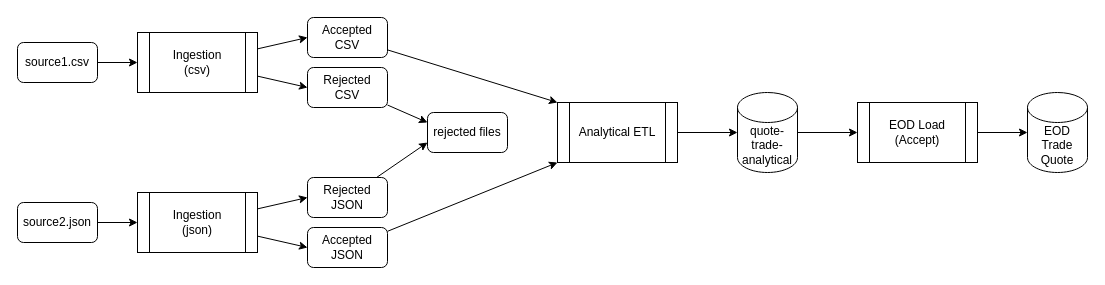
Above: diagrams/diagram.drawio in bfmcneill/equity-market-data-analysis (draw.io), before the change. Source tidied: cells renumbered, new cells numbered last; positions are measured from the earlier drawing's top-left corner, leaving out a move shared by most shapes. Both pictures are drawn from the tidied source at 100%, with x=0, y=0 at pixel (17, 17).
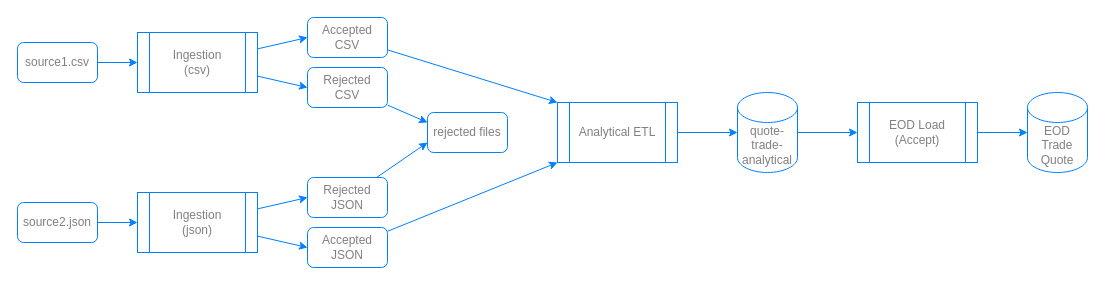
After the change.

Commit message:
change diagram to work with dark / light mode

Diff of the diagram source:
```diff
@@
-    <mxCell id="2" style="edgeStyle=none;html=1;entryX=0;entryY=0.5;entryDx=0;entryDy=0;entryPerimeter=0;" parent="1" edge="1" source="3" target="27">
+    <mxCell id="2" style="edgeStyle=none;html=1;entryX=0;entryY=0.5;entryDx=0;entryDy=0;entryPerimeter=0;strokeColor=#007FFF;fontColor=#808080;" parent="1" edge="1" source="3" target="27">
       <mxGeometry relative="1" as="geometry" />
     </mxCell>
-    <mxCell id="3" value="Analytical ETL" style="shape=process;whiteSpace=wrap;html=1;backgroundOutline=1;" parent="1" vertex="1">
+    <mxCell id="3" value="Analytical ETL" style="shape=process;whiteSpace=wrap;html=1;backgroundOutline=1;strokeColor=#007FFF;fontColor=#808080;" parent="1" vertex="1">
       <mxGeometry x="540" y="85" width="120" height="60" as="geometry" />
     </mxCell>
-    <mxCell id="4" style="edgeStyle=none;html=1;entryX=0;entryY=0.5;entryDx=0;entryDy=0;entryPerimeter=0;" parent="1" edge="1" source="5" target="25">
+    <mxCell id="4" style="edgeStyle=none;html=1;entryX=0;entryY=0.5;entryDx=0;entryDy=0;entryPerimeter=0;strokeColor=#007FFF;fontColor=#808080;" parent="1" edge="1" source="5" target="25">
       <mxGeometry relative="1" as="geometry" />
     </mxCell>
-    <mxCell id="5" value="EOD Load &lt;br&gt;(Accept)" style="shape=process;whiteSpace=wrap;html=1;backgroundOutline=1;" parent="1" vertex="1">
+    <mxCell id="5" value="EOD Load &lt;br&gt;(Accept)" style="shape=process;whiteSpace=wrap;html=1;backgroundOutline=1;strokeColor=#007FFF;fontColor=#808080;" parent="1" vertex="1">
       <mxGeometry x="840" y="85" width="120" height="60" as="geometry" />
     </mxCell>
-    <mxCell id="6" style="edgeStyle=none;html=1;entryX=0;entryY=0.5;entryDx=0;entryDy=0;" parent="1" edge="1" source="8" target="18">
+    <mxCell id="6" style="edgeStyle=none;html=1;entryX=0;entryY=0.5;entryDx=0;entryDy=0;strokeColor=#007FFF;fontColor=#808080;" parent="1" edge="1" source="8" target="18">
       <mxGeometry relative="1" as="geometry" />
     </mxCell>
-    <mxCell id="7" style="edgeStyle=none;html=1;entryX=0;entryY=0.5;entryDx=0;entryDy=0;" parent="1" edge="1" source="8" target="20">
+    <mxCell id="7" style="edgeStyle=none;html=1;entryX=0;entryY=0.5;entryDx=0;entryDy=0;strokeColor=#007FFF;fontColor=#808080;" parent="1" edge="1" source="8" target="20">
       <mxGeometry relative="1" as="geometry" />
     </mxCell>
-    <mxCell id="8" value="Ingestion &lt;br&gt;(csv)" style="shape=process;whiteSpace=wrap;html=1;backgroundOutline=1;" parent="1" vertex="1">
+    <mxCell id="8" value="Ingestion &lt;br&gt;(csv)" style="shape=process;whiteSpace=wrap;html=1;backgroundOutline=1;strokeColor=#007FFF;fontColor=#808080;" parent="1" vertex="1">
       <mxGeometry x="120" y="15" width="120" height="60" as="geometry" />
     </mxCell>
-    <mxCell id="9" style="edgeStyle=none;html=1;entryX=0;entryY=0.5;entryDx=0;entryDy=0;" parent="1" edge="1" source="11" target="24">
+    <mxCell id="9" style="edgeStyle=none;html=1;entryX=0;entryY=0.5;entryDx=0;entryDy=0;strokeColor=#007FFF;fontColor=#808080;" parent="1" edge="1" source="11" target="24">
       <mxGeometry relative="1" as="geometry" />
     </mxCell>
-    <mxCell id="10" style="edgeStyle=none;html=1;entryX=0;entryY=0.5;entryDx=0;entryDy=0;" parent="1" edge="1" source="11" target="22">
+    <mxCell id="10" style="edgeStyle=none;html=1;entryX=0;entryY=0.5;entryDx=0;entryDy=0;strokeColor=#007FFF;fontColor=#808080;" parent="1" edge="1" source="11" target="22">
       <mxGeometry relative="1" as="geometry" />
     </mxCell>
-    <mxCell id="11" value="Ingestion &lt;br&gt;(json)" style="shape=process;whiteSpace=wrap;html=1;backgroundOutline=1;" parent="1" vertex="1">
+    <mxCell id="11" value="Ingestion &lt;br&gt;(json)" style="shape=process;whiteSpace=wrap;html=1;backgroundOutline=1;strokeColor=#007FFF;fontColor=#808080;" parent="1" vertex="1">
       <mxGeometry x="120" y="175" width="120" height="60" as="geometry" />
     </mxCell>
-    <mxCell id="12" value="rejected files" style="rounded=1;whiteSpace=wrap;html=1;" parent="1" vertex="1">
+    <mxCell id="12" value="rejected files" style="rounded=1;whiteSpace=wrap;html=1;strokeColor=#007FFF;fontColor=#808080;" parent="1" vertex="1">
       <mxGeometry x="410" y="95" width="80" height="40" as="geometry" />
     </mxCell>
-    <mxCell id="13" style="edgeStyle=none;html=1;entryX=0;entryY=0.5;entryDx=0;entryDy=0;" parent="1" edge="1" source="14" target="8">
+    <mxCell id="13" style="edgeStyle=none;html=1;entryX=0;entryY=0.5;entryDx=0;entryDy=0;strokeColor=#007FFF;fontColor=#808080;" parent="1" edge="1" source="14" target="8">
       <mxGeometry relative="1" as="geometry" />
     </mxCell>
-    <mxCell id="14" value="source1.csv" style="rounded=1;whiteSpace=wrap;html=1;" parent="1" vertex="1">
+    <mxCell id="14" value="source1.csv" style="rounded=1;whiteSpace=wrap;html=1;strokeColor=#007FFF;fontColor=#808080;" parent="1" vertex="1">
       <mxGeometry y="25" width="80" height="40" as="geometry" />
     </mxCell>
-    <mxCell id="15" style="edgeStyle=none;html=1;" parent="1" edge="1" source="16" target="11">
+    <mxCell id="15" style="edgeStyle=none;html=1;strokeColor=#007FFF;fontColor=#808080;" parent="1" edge="1" source="16" target="11">
       <mxGeometry relative="1" as="geometry" />
     </mxCell>
-    <mxCell id="16" value="source2.json" style="rounded=1;whiteSpace=wrap;html=1;" parent="1" vertex="1">
+    <mxCell id="16" value="source2.json" style="rounded=1;whiteSpace=wrap;html=1;strokeColor=#007FFF;fontColor=#808080;" parent="1" vertex="1">
       <mxGeometry y="185" width="80" height="40" as="geometry" />
     </mxCell>
-    <mxCell id="17" style="edgeStyle=none;html=1;entryX=0;entryY=0;entryDx=0;entryDy=0;" parent="1" edge="1" source="18" target="3">
+    <mxCell id="17" style="edgeStyle=none;html=1;entryX=0;entryY=0;entryDx=0;entryDy=0;strokeColor=#007FFF;fontColor=#808080;" parent="1" edge="1" source="18" target="3">
       <mxGeometry relative="1" as="geometry" />
     </mxCell>
-    <mxCell id="18" value="Accepted&lt;br&gt;CSV" style="rounded=1;whiteSpace=wrap;html=1;" parent="1" vertex="1">
+    <mxCell id="18" value="Accepted&lt;br&gt;CSV" style="rounded=1;whiteSpace=wrap;html=1;strokeColor=#007FFF;fontColor=#808080;" parent="1" vertex="1">
       <mxGeometry x="290" width="80" height="40" as="geometry" />
     </mxCell>
-    <mxCell id="19" style="edgeStyle=none;html=1;entryX=0;entryY=0.25;entryDx=0;entryDy=0;" parent="1" edge="1" source="20" target="12">
+    <mxCell id="19" style="edgeStyle=none;html=1;entryX=0;entryY=0.25;entryDx=0;entryDy=0;strokeColor=#007FFF;fontColor=#808080;" parent="1" edge="1" source="20" target="12">
       <mxGeometry relative="1" as="geometry" />
     </mxCell>
-    <mxCell id="20" value="Rejected&lt;br&gt;CSV" style="rounded=1;whiteSpace=wrap;html=1;" parent="1" vertex="1">
+    <mxCell id="20" value="Rejected&lt;br&gt;CSV" style="rounded=1;whiteSpace=wrap;html=1;strokeColor=#007FFF;fontColor=#808080;" parent="1" vertex="1">
       <mxGeometry x="290" y="50" width="80" height="40" as="geometry" />
     </mxCell>
-    <mxCell id="21" style="edgeStyle=none;html=1;entryX=0;entryY=1;entryDx=0;entryDy=0;" parent="1" edge="1" source="22" target="3">
+    <mxCell id="21" style="edgeStyle=none;html=1;entryX=0;entryY=1;entryDx=0;entryDy=0;strokeColor=#007FFF;fontColor=#808080;" parent="1" edge="1" source="22" target="3">
       <mxGeometry relative="1" as="geometry" />
     </mxCell>
-    <mxCell id="22" value="Accepted&lt;br&gt;JSON" style="rounded=1;whiteSpace=wrap;html=1;" parent="1" vertex="1">
+    <mxCell id="22" value="Accepted&lt;br&gt;JSON" style="rounded=1;whiteSpace=wrap;html=1;strokeColor=#007FFF;fontColor=#808080;" parent="1" vertex="1">
       <mxGeometry x="290" y="210" width="80" height="40" as="geometry" />
     </mxCell>
-    <mxCell id="23" style="edgeStyle=none;html=1;entryX=0;entryY=0.75;entryDx=0;entryDy=0;" parent="1" edge="1" source="24" target="12">
+    <mxCell id="23" style="edgeStyle=none;html=1;entryX=0;entryY=0.75;entryDx=0;entryDy=0;strokeColor=#007FFF;fontColor=#808080;" parent="1" edge="1" source="24" target="12">
       <mxGeometry relative="1" as="geometry" />
     </mxCell>
-    <mxCell id="24" value="Rejected&lt;br&gt;JSON" style="rounded=1;whiteSpace=wrap;html=1;" parent="1" vertex="1">
+    <mxCell id="24" value="Rejected&lt;br&gt;JSON" style="rounded=1;whiteSpace=wrap;html=1;strokeColor=#007FFF;fontColor=#808080;" parent="1" vertex="1">
       <mxGeometry x="290" y="160" width="80" height="40" as="geometry" />
     </mxCell>
-    <mxCell id="25" value="EOD Trade Quote" style="shape=cylinder3;whiteSpace=wrap;html=1;boundedLbl=1;backgroundOutline=1;size=15;" parent="1" vertex="1">
+    <mxCell id="25" value="EOD Trade Quote" style="shape=cylinder3;whiteSpace=wrap;html=1;boundedLbl=1;backgroundOutline=1;size=15;strokeColor=#007FFF;fontColor=#808080;" parent="1" vertex="1">
       <mxGeometry x="1010" y="75" width="60" height="80" as="geometry" />
     </mxCell>
-    <mxCell id="26" style="edgeStyle=none;html=1;" parent="1" edge="1" source="27" target="5">
+    <mxCell id="26" style="edgeStyle=none;html=1;strokeColor=#007FFF;fontColor=#808080;" parent="1" edge="1" source="27" target="5">
       <mxGeometry relative="1" as="geometry" />
     </mxCell>
-    <mxCell id="27" value="quote-trade-analytical" style="shape=cylinder3;whiteSpace=wrap;html=1;boundedLbl=1;backgroundOutline=1;size=15;" parent="1" vertex="1">
+    <mxCell id="27" value="quote-trade-analytical" style="shape=cylinder3;whiteSpace=wrap;html=1;boundedLbl=1;backgroundOutline=1;size=15;strokeColor=#007FFF;fontColor=#808080;" parent="1" vertex="1">
       <mxGeometry x="720" y="75" width="60" height="80" as="geometry" />
     </mxCell>
```
